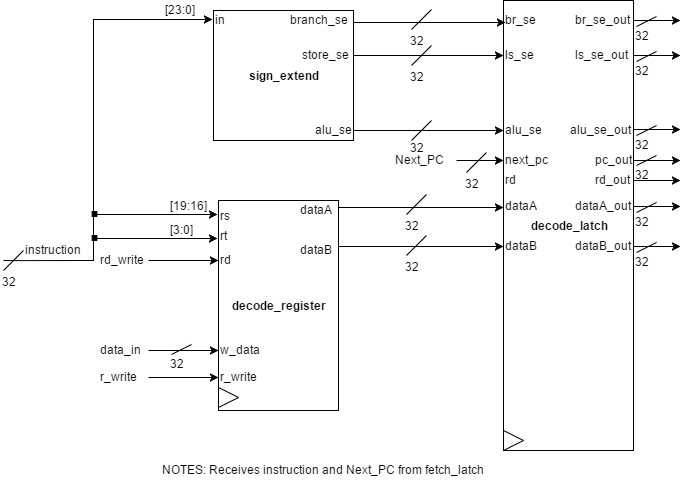
Earlier version of the draw.io export Readings_and_Diagrams/Stages/Decode.png (CaballeroFF/cse510_pipeline). Source tidied: cells renumbered, new cells last; positions are measured from the earlier drawing's top-left corner, leaving out a move shared by most shapes. Its diagram source:
```xml
<mxGraphModel background="#ffffff">
  <root>
    <mxCell id="0" />
    <mxCell id="1" parent="0" />
    <mxCell id="2" value="&lt;b&gt;sign_extend&lt;/b&gt;" style="whiteSpace=wrap;html=1;" parent="1" vertex="1">
      <mxGeometry x="213" y="10" width="140" height="130" as="geometry" />
    </mxCell>
    <mxCell id="3" value="in" style="text;html=1;points=[];align=left;verticalAlign=top;spacingTop=-4;" parent="1" vertex="1">
      <mxGeometry x="213" y="10" width="30" height="20" as="geometry" />
    </mxCell>
    <mxCell id="4" value="branch_se" style="text;html=1;align=left;verticalAlign=top;spacingTop=-4;" parent="1" vertex="1">
      <mxGeometry x="288" y="10" width="70" height="20" as="geometry" />
    </mxCell>
    <mxCell id="5" value="store_se" style="text;html=1;align=left;verticalAlign=top;spacingTop=-4;" parent="1" vertex="1">
      <mxGeometry x="300" y="45" width="60" height="20" as="geometry" />
    </mxCell>
    <mxCell id="6" value="alu_se" style="text;html=1;align=left;verticalAlign=top;spacingTop=-4;" parent="1" vertex="1">
      <mxGeometry x="313" y="120" width="50" height="20" as="geometry" />
    </mxCell>
    <mxCell id="7" value="&lt;b&gt;decode_register&lt;/b&gt;" style="whiteSpace=wrap;html=1;" parent="1" vertex="1">
      <mxGeometry x="218" y="200" width="120" height="210" as="geometry" />
    </mxCell>
    <mxCell id="8" value="rs" style="text;html=1;points=[];align=left;verticalAlign=top;spacingTop=-4;" parent="1" vertex="1">
      <mxGeometry x="218" y="206" width="30" height="20" as="geometry" />
    </mxCell>
    <mxCell id="9" value="rt" style="text;html=1;points=[];align=left;verticalAlign=top;spacingTop=-4;" parent="1" vertex="1">
      <mxGeometry x="218" y="226" width="20" height="20" as="geometry" />
    </mxCell>
    <mxCell id="10" value="rd" style="text;html=1;align=left;verticalAlign=top;spacingTop=-4;" parent="1" vertex="1">
      <mxGeometry x="218" y="250" width="30" height="20" as="geometry" />
    </mxCell>
    <mxCell id="11" value="w_data" style="text;html=1;align=left;verticalAlign=top;spacingTop=-4;" parent="1" vertex="1">
      <mxGeometry x="218" y="340" width="60" height="20" as="geometry" />
    </mxCell>
    <mxCell id="12" value="r_write" style="text;html=1;align=left;verticalAlign=top;spacingTop=-4;" parent="1" vertex="1">
      <mxGeometry x="218" y="367" width="50" height="20" as="geometry" />
    </mxCell>
    <mxCell id="13" value="dataA" style="text;html=1;align=left;verticalAlign=top;spacingTop=-4;" parent="1" vertex="1">
      <mxGeometry x="298" y="200" width="50" height="20" as="geometry" />
    </mxCell>
    <mxCell id="14" value="dataB" style="text;html=1;align=left;verticalAlign=top;spacingTop=-4;" parent="1" vertex="1">
      <mxGeometry x="298" y="240" width="50" height="20" as="geometry" />
    </mxCell>
    <mxCell id="15" value="&lt;b&gt;decode_latch&lt;/b&gt;" style="whiteSpace=wrap;html=1;" parent="1" vertex="1">
      <mxGeometry x="503" width="130" height="450" as="geometry" />
    </mxCell>
    <mxCell id="16" value="br_se" style="text;html=1;points=[];align=left;verticalAlign=top;spacingTop=-4;" parent="1" vertex="1">
      <mxGeometry x="503" y="10" width="50" height="20" as="geometry" />
    </mxCell>
    <mxCell id="17" value="ls_se" style="text;html=1;align=left;verticalAlign=top;spacingTop=-4;" parent="1" vertex="1">
      <mxGeometry x="503" y="45" width="40" height="20" as="geometry" />
    </mxCell>
    <mxCell id="18" value="alu_se" style="text;html=1;align=left;verticalAlign=top;spacingTop=-4;" parent="1" vertex="1">
      <mxGeometry x="503" y="120" width="50" height="20" as="geometry" />
    </mxCell>
    <mxCell id="19" value="next_pc" style="text;html=1;align=left;verticalAlign=top;spacingTop=-4;" parent="1" vertex="1">
      <mxGeometry x="503" y="150" width="60" height="20" as="geometry" />
    </mxCell>
    <mxCell id="20" value="rd" style="text;html=1;align=left;verticalAlign=top;spacingTop=-4;" parent="1" vertex="1">
      <mxGeometry x="503" y="170" width="30" height="20" as="geometry" />
    </mxCell>
    <mxCell id="21" value="dataA" style="text;html=1;align=left;verticalAlign=top;spacingTop=-4;" parent="1" vertex="1">
      <mxGeometry x="503" y="196" width="50" height="20" as="geometry" />
    </mxCell>
    <mxCell id="22" value="dataB" style="text;html=1;align=left;verticalAlign=top;spacingTop=-4;" parent="1" vertex="1">
      <mxGeometry x="503" y="236" width="50" height="20" as="geometry" />
    </mxCell>
    <mxCell id="23" style="group;" parent="1" vertex="1">
      <mxGeometry x="218" y="387" width="20" height="20" as="geometry" />
    </mxCell>
    <mxCell id="24" style="endArrow=none;html=1;endFill=0;" parent="23" edge="1">
      <mxGeometry relative="1" as="geometry">
        <mxPoint as="sourcePoint" />
        <mxPoint x="20" y="10" as="targetPoint" />
      </mxGeometry>
    </mxCell>
    <mxCell id="25" style="endArrow=none;html=1;endFill=0;" parent="23" edge="1">
      <mxGeometry relative="1" as="geometry">
        <mxPoint y="20" as="sourcePoint" />
        <mxPoint x="20" y="10" as="targetPoint" />
      </mxGeometry>
    </mxCell>
    <mxCell id="26" style="group;" parent="1" vertex="1">
      <mxGeometry x="503" y="430" width="20" height="20" as="geometry" />
    </mxCell>
    <mxCell id="27" style="endArrow=none;html=1;endFill=0;" parent="26" edge="1">
      <mxGeometry relative="1" as="geometry">
        <mxPoint as="sourcePoint" />
        <mxPoint x="20" y="10" as="targetPoint" />
      </mxGeometry>
    </mxCell>
    <mxCell id="28" style="endArrow=none;html=1;endFill=0;" parent="26" edge="1">
      <mxGeometry relative="1" as="geometry">
        <mxPoint y="20" as="sourcePoint" />
        <mxPoint x="20" y="10" as="targetPoint" />
      </mxGeometry>
    </mxCell>
    <mxCell id="29" value="br_se_out" style="text;html=1;align=left;verticalAlign=top;spacingTop=-4;" parent="1" vertex="1">
      <mxGeometry x="573" y="10" width="70" height="20" as="geometry" />
    </mxCell>
    <mxCell id="30" value="ls_se_out" style="text;html=1;align=left;verticalAlign=top;spacingTop=-4;" parent="1" vertex="1">
      <mxGeometry x="573" y="45" width="70" height="20" as="geometry" />
    </mxCell>
    <mxCell id="31" value="alu_se_out" style="text;html=1;align=left;verticalAlign=top;spacingTop=-4;" parent="1" vertex="1">
      <mxGeometry x="568" y="120" width="80" height="20" as="geometry" />
    </mxCell>
    <mxCell id="32" value="pc_out" style="text;html=1;align=left;verticalAlign=top;spacingTop=-4;" parent="1" vertex="1">
      <mxGeometry x="593" y="150" width="50" height="20" as="geometry" />
    </mxCell>
    <mxCell id="33" value="rd_out" style="text;html=1;align=left;verticalAlign=top;spacingTop=-4;" parent="1" vertex="1">
      <mxGeometry x="593" y="170" width="50" height="20" as="geometry" />
    </mxCell>
    <mxCell id="34" value="dataA_out" style="text;html=1;align=left;verticalAlign=top;spacingTop=-4;" parent="1" vertex="1">
      <mxGeometry x="573" y="196" width="70" height="20" as="geometry" />
    </mxCell>
    <mxCell id="35" value="dataB_out" style="text;html=1;align=left;verticalAlign=top;spacingTop=-4;" parent="1" vertex="1">
      <mxGeometry x="573" y="236" width="70" height="20" as="geometry" />
    </mxCell>
    <mxCell id="36" style="endArrow=none;html=1;endFill=0;" parent="1" edge="1" source="67">
      <mxGeometry relative="1" as="geometry">
        <mxPoint x="93" y="260" as="targetPoint" />
      </mxGeometry>
    </mxCell>
    <mxCell id="37" value="instruction" style="text;html=1;align=left;verticalAlign=top;spacingTop=-4;" parent="1" vertex="1">
      <mxGeometry x="23" y="240" width="70" height="20" as="geometry" />
    </mxCell>
    <mxCell id="38" value="Next_PC" style="text;html=1;align=left;verticalAlign=top;spacingTop=-4;" parent="1" vertex="1">
      <mxGeometry x="393" y="150" width="60" height="20" as="geometry" />
    </mxCell>
    <mxCell id="39" style="endArrow=classic;html=1;endFill=1;edgeStyle=orthogonalEdgeStyle;entryX=-0.033;entryY=0.45;entryPerimeter=0;rounded=0;" parent="1" edge="1" target="3">
      <mxGeometry relative="1" as="geometry">
        <mxPoint x="93" y="260" as="sourcePoint" />
        <Array as="points">
          <mxPoint x="93" y="260" />
          <mxPoint x="93" y="19" />
        </Array>
      </mxGeometry>
    </mxCell>
    <mxCell id="40" value="[23:0]" style="text;html=1;align=left;verticalAlign=top;spacingTop=-4;" parent="1" vertex="1">
      <mxGeometry x="163" width="50" height="20" as="geometry" />
    </mxCell>
    <mxCell id="41" style="endArrow=classic;html=1;endFill=1;entryX=-0.033;entryY=0.4;entryPerimeter=0;rounded=0;edgeStyle=orthogonalEdgeStyle;" parent="1" edge="1" target="8">
      <mxGeometry relative="1" as="geometry">
        <mxPoint x="93" y="250" as="sourcePoint" />
        <Array as="points">
          <mxPoint x="93" y="260" />
          <mxPoint x="93" y="214" />
        </Array>
      </mxGeometry>
    </mxCell>
    <mxCell id="42" style="endArrow=classic;startArrow=none;html=1;endFill=1;entryX=-0.05;entryY=0.6;entryPerimeter=0;startFill=0;edgeStyle=orthogonalEdgeStyle;rounded=0;" parent="1" edge="1" target="9">
      <mxGeometry relative="1" as="geometry">
        <mxPoint x="123" y="238" as="sourcePoint" />
        <Array as="points">
          <mxPoint x="93" y="238" />
          <mxPoint x="93" y="238" />
        </Array>
      </mxGeometry>
    </mxCell>
    <mxCell id="43" value="[19:16]" style="text;html=1;align=left;verticalAlign=top;spacingTop=-4;" parent="1" vertex="1">
      <mxGeometry x="168" y="196" width="50" height="20" as="geometry" />
    </mxCell>
    <mxCell id="44" value="[3:0]" style="text;html=1;align=left;verticalAlign=top;spacingTop=-4;" parent="1" vertex="1">
      <mxGeometry x="168" y="220" width="40" height="20" as="geometry" />
    </mxCell>
    <mxCell id="45" style="endArrow=classic;html=1;entryX=-0.083;entryY=0.5;entryPerimeter=0;" parent="1" edge="1">
      <mxGeometry relative="1" as="geometry">
        <mxPoint x="148" y="260" as="sourcePoint" />
        <mxPoint x="218" y="260" as="targetPoint" />
      </mxGeometry>
    </mxCell>
    <mxCell id="46" value="rd_write" style="text;html=1;align=left;verticalAlign=top;spacingTop=-4;" parent="1" vertex="1">
      <mxGeometry x="98" y="250" width="60" height="20" as="geometry" />
    </mxCell>
    <mxCell id="47" style="endArrow=classic;html=1;entryX=-0.083;entryY=0.5;entryPerimeter=0;" parent="1" edge="1">
      <mxGeometry relative="1" as="geometry">
        <mxPoint x="148" y="377" as="sourcePoint" />
        <mxPoint x="218" y="377" as="targetPoint" />
      </mxGeometry>
    </mxCell>
    <mxCell id="48" value="r_write" style="text;html=1;align=left;verticalAlign=top;spacingTop=-4;" parent="1" vertex="1">
      <mxGeometry x="98" y="367" width="50" height="20" as="geometry" />
    </mxCell>
    <mxCell id="49" style="endArrow=classic;html=1;entryX=-0.083;entryY=0.5;entryPerimeter=0;" parent="1" edge="1">
      <mxGeometry relative="1" as="geometry">
        <mxPoint x="148" y="350" as="sourcePoint" />
        <mxPoint x="218" y="350" as="targetPoint" />
      </mxGeometry>
    </mxCell>
    <mxCell id="50" value="data_in" style="text;html=1;align=left;verticalAlign=top;spacingTop=-4;" parent="1" vertex="1">
      <mxGeometry x="98" y="340" width="60" height="20" as="geometry" />
    </mxCell>
    <mxCell id="51" style="endArrow=classic;html=1;entryX=0.04;entryY=0.6;entryPerimeter=0;" parent="1" edge="1" target="16">
      <mxGeometry relative="1" as="geometry">
        <mxPoint x="353" y="22" as="sourcePoint" />
      </mxGeometry>
    </mxCell>
    <mxCell id="52" style="endArrow=classic;html=1;" parent="1" edge="1">
      <mxGeometry relative="1" as="geometry">
        <mxPoint x="353" y="55" as="sourcePoint" />
        <mxPoint x="503" y="55" as="targetPoint" />
      </mxGeometry>
    </mxCell>
    <mxCell id="53" style="endArrow=classic;html=1;" parent="1" edge="1">
      <mxGeometry relative="1" as="geometry">
        <mxPoint x="353" y="130" as="sourcePoint" />
        <mxPoint x="503" y="130" as="targetPoint" />
      </mxGeometry>
    </mxCell>
    <mxCell id="54" style="endArrow=classic;html=1;" parent="1" edge="1">
      <mxGeometry relative="1" as="geometry">
        <mxPoint x="456" y="160" as="sourcePoint" />
        <mxPoint x="503" y="160" as="targetPoint" />
      </mxGeometry>
    </mxCell>
    <mxCell id="55" style="endArrow=classic;html=1;" parent="1" edge="1">
      <mxGeometry relative="1" as="geometry">
        <mxPoint x="338" y="207" as="sourcePoint" />
        <mxPoint x="503" y="207" as="targetPoint" />
      </mxGeometry>
    </mxCell>
    <mxCell id="56" style="endArrow=classic;html=1;" parent="1" edge="1">
      <mxGeometry relative="1" as="geometry">
        <mxPoint x="338" y="246" as="sourcePoint" />
        <mxPoint x="503" y="246" as="targetPoint" />
      </mxGeometry>
    </mxCell>
    <mxCell id="57" value="NOTES: Receives instruction and Next_PC from fetch_latch" style="text;html=1;align=left;verticalAlign=top;spacingTop=-4;" parent="1" vertex="1">
      <mxGeometry x="160" y="460" width="340" height="20" as="geometry" />
    </mxCell>
    <mxCell id="58" style="endArrow=classic;html=1;" parent="1" edge="1">
      <mxGeometry relative="1" as="geometry">
        <mxPoint x="633" y="20" as="sourcePoint" />
        <mxPoint x="680" y="20" as="targetPoint" />
      </mxGeometry>
    </mxCell>
    <mxCell id="59" style="endArrow=classic;html=1;" parent="1" edge="1">
      <mxGeometry relative="1" as="geometry">
        <mxPoint x="633" y="55" as="sourcePoint" />
        <mxPoint x="680" y="55" as="targetPoint" />
      </mxGeometry>
    </mxCell>
    <mxCell id="60" style="endArrow=classic;html=1;" parent="1" edge="1">
      <mxGeometry relative="1" as="geometry">
        <mxPoint x="633" y="129" as="sourcePoint" />
        <mxPoint x="680" y="129" as="targetPoint" />
      </mxGeometry>
    </mxCell>
    <mxCell id="61" style="endArrow=classic;html=1;" parent="1" edge="1">
      <mxGeometry relative="1" as="geometry">
        <mxPoint x="633" y="160" as="sourcePoint" />
        <mxPoint x="680" y="160" as="targetPoint" />
      </mxGeometry>
    </mxCell>
    <mxCell id="62" style="endArrow=classic;html=1;" parent="1" edge="1">
      <mxGeometry relative="1" as="geometry">
        <mxPoint x="633" y="180" as="sourcePoint" />
        <mxPoint x="680" y="180" as="targetPoint" />
      </mxGeometry>
    </mxCell>
    <mxCell id="63" style="endArrow=classic;html=1;" parent="1" edge="1">
      <mxGeometry relative="1" as="geometry">
        <mxPoint x="633" y="206" as="sourcePoint" />
        <mxPoint x="680" y="206" as="targetPoint" />
      </mxGeometry>
    </mxCell>
    <mxCell id="64" style="endArrow=classic;html=1;" parent="1" edge="1">
      <mxGeometry relative="1" as="geometry">
        <mxPoint x="633" y="246" as="sourcePoint" />
        <mxPoint x="680" y="246" as="targetPoint" />
      </mxGeometry>
    </mxCell>
    <mxCell id="65" value="&lt;font style=&quot;font-size: 60px&quot;&gt;.&lt;/font&gt;" style="text;html=1;align=left;verticalAlign=top;spacingTop=-4;" parent="1" vertex="1">
      <mxGeometry x="84" y="158" width="30" height="30" as="geometry" />
    </mxCell>
    <mxCell id="66" value="&lt;font style=&quot;font-size: 60px&quot;&gt;.&lt;/font&gt;" style="text;html=1;align=left;verticalAlign=top;spacingTop=-4;" parent="1" vertex="1">
      <mxGeometry x="84" y="182" width="30" height="30" as="geometry" />
    </mxCell>
    <mxCell id="67" style="endArrow=none;html=1;endFill=0;" parent="1" edge="1">
      <mxGeometry relative="1" as="geometry">
        <mxPoint x="3" y="270" as="sourcePoint" />
        <mxPoint x="23" y="250" as="targetPoint" />
      </mxGeometry>
    </mxCell>
    <mxCell id="68" style="endArrow=none;html=1;endFill=0;" parent="1" edge="1" target="67">
      <mxGeometry relative="1" as="geometry">
        <mxPoint x="3" y="260" as="sourcePoint" />
      </mxGeometry>
    </mxCell>
    <mxCell id="69" value="32" style="text;html=1;align=left;verticalAlign=top;spacingTop=-4;" parent="1" vertex="1">
      <mxGeometry y="272" width="30" height="20" as="geometry" />
    </mxCell>
    <mxCell id="70" style="endArrow=none;html=1;endFill=0;" parent="1" edge="1">
      <mxGeometry relative="1" as="geometry">
        <mxPoint x="406" y="255" as="sourcePoint" />
        <mxPoint x="426" y="235" as="targetPoint" />
      </mxGeometry>
    </mxCell>
    <mxCell id="71" value="32" style="text;html=1;align=left;verticalAlign=top;spacingTop=-4;" parent="1" vertex="1">
      <mxGeometry x="403" y="257" width="30" height="20" as="geometry" />
    </mxCell>
    <mxCell id="72" style="endArrow=none;html=1;endFill=0;" parent="1" edge="1">
      <mxGeometry relative="1" as="geometry">
        <mxPoint x="406" y="214" as="sourcePoint" />
        <mxPoint x="426" y="194" as="targetPoint" />
      </mxGeometry>
    </mxCell>
    <mxCell id="73" value="32" style="text;html=1;align=left;verticalAlign=top;spacingTop=-4;" parent="1" vertex="1">
      <mxGeometry x="403" y="216" width="30" height="20" as="geometry" />
    </mxCell>
    <mxCell id="74" style="endArrow=none;html=1;endFill=0;" parent="1" edge="1">
      <mxGeometry relative="1" as="geometry">
        <mxPoint x="411" y="29" as="sourcePoint" />
        <mxPoint x="431" y="9" as="targetPoint" />
      </mxGeometry>
    </mxCell>
    <mxCell id="75" value="32" style="text;html=1;align=left;verticalAlign=top;spacingTop=-4;" parent="1" vertex="1">
      <mxGeometry x="408" y="31" width="30" height="20" as="geometry" />
    </mxCell>
    <mxCell id="76" style="endArrow=none;html=1;endFill=0;" parent="1" edge="1">
      <mxGeometry relative="1" as="geometry">
        <mxPoint x="411" y="65" as="sourcePoint" />
        <mxPoint x="431" y="45" as="targetPoint" />
      </mxGeometry>
    </mxCell>
    <mxCell id="77" value="32" style="text;html=1;align=left;verticalAlign=top;spacingTop=-4;" parent="1" vertex="1">
      <mxGeometry x="408" y="67" width="30" height="20" as="geometry" />
    </mxCell>
    <mxCell id="78" style="endArrow=none;html=1;endFill=0;" parent="1" edge="1">
      <mxGeometry relative="1" as="geometry">
        <mxPoint x="411" y="140" as="sourcePoint" />
        <mxPoint x="431" y="120" as="targetPoint" />
      </mxGeometry>
    </mxCell>
    <mxCell id="79" value="32" style="text;html=1;align=left;verticalAlign=top;spacingTop=-4;" parent="1" vertex="1">
      <mxGeometry x="408" y="138" width="30" height="20" as="geometry" />
    </mxCell>
    <mxCell id="80" style="endArrow=none;html=1;endFill=0;" parent="1" edge="1">
      <mxGeometry relative="1" as="geometry">
        <mxPoint x="466" y="172" as="sourcePoint" />
        <mxPoint x="486" y="152" as="targetPoint" />
      </mxGeometry>
    </mxCell>
    <mxCell id="81" value="32" style="text;html=1;align=left;verticalAlign=top;spacingTop=-4;" parent="1" vertex="1">
      <mxGeometry x="463" y="174" width="30" height="20" as="geometry" />
    </mxCell>
    <mxCell id="82" style="endArrow=none;html=1;endFill=0;" parent="1" edge="1">
      <mxGeometry relative="1" as="geometry">
        <mxPoint x="636" y="26" as="sourcePoint" />
        <mxPoint x="656" y="16" as="targetPoint" />
      </mxGeometry>
    </mxCell>
    <mxCell id="83" value="32" style="text;html=1;align=left;verticalAlign=top;spacingTop=-4;" parent="1" vertex="1">
      <mxGeometry x="633" y="26" width="30" height="20" as="geometry" />
    </mxCell>
    <mxCell id="84" style="endArrow=none;html=1;endFill=0;" parent="1" edge="1">
      <mxGeometry relative="1" as="geometry">
        <mxPoint x="636" y="61" as="sourcePoint" />
        <mxPoint x="656" y="51" as="targetPoint" />
      </mxGeometry>
    </mxCell>
    <mxCell id="85" value="32" style="text;html=1;align=left;verticalAlign=top;spacingTop=-4;" parent="1" vertex="1">
      <mxGeometry x="633" y="61" width="30" height="20" as="geometry" />
    </mxCell>
    <mxCell id="86" style="endArrow=none;html=1;endFill=0;" parent="1" edge="1">
      <mxGeometry relative="1" as="geometry">
        <mxPoint x="636" y="135" as="sourcePoint" />
        <mxPoint x="656" y="125" as="targetPoint" />
      </mxGeometry>
    </mxCell>
    <mxCell id="87" value="32" style="text;html=1;align=left;verticalAlign=top;spacingTop=-4;" parent="1" vertex="1">
      <mxGeometry x="633" y="135" width="30" height="20" as="geometry" />
    </mxCell>
    <mxCell id="88" style="endArrow=none;html=1;endFill=0;" parent="1" edge="1">
      <mxGeometry relative="1" as="geometry">
        <mxPoint x="636" y="165" as="sourcePoint" />
        <mxPoint x="656" y="155" as="targetPoint" />
      </mxGeometry>
    </mxCell>
    <mxCell id="89" value="32" style="text;html=1;align=left;verticalAlign=top;spacingTop=-4;" parent="1" vertex="1">
      <mxGeometry x="633" y="165" width="30" height="20" as="geometry" />
    </mxCell>
    <mxCell id="90" style="endArrow=none;html=1;endFill=0;" parent="1" edge="1">
      <mxGeometry relative="1" as="geometry">
        <mxPoint x="636" y="212" as="sourcePoint" />
        <mxPoint x="656" y="202" as="targetPoint" />
      </mxGeometry>
    </mxCell>
    <mxCell id="91" value="32" style="text;html=1;align=left;verticalAlign=top;spacingTop=-4;" parent="1" vertex="1">
      <mxGeometry x="633" y="212" width="30" height="20" as="geometry" />
    </mxCell>
    <mxCell id="92" style="endArrow=none;html=1;endFill=0;" parent="1" edge="1">
      <mxGeometry relative="1" as="geometry">
        <mxPoint x="636" y="252" as="sourcePoint" />
        <mxPoint x="656" y="242" as="targetPoint" />
      </mxGeometry>
    </mxCell>
    <mxCell id="93" value="32" style="text;html=1;align=left;verticalAlign=top;spacingTop=-4;" parent="1" vertex="1">
      <mxGeometry x="633" y="252" width="30" height="20" as="geometry" />
    </mxCell>
    <mxCell id="94" style="endArrow=none;html=1;endFill=0;" parent="1" edge="1">
      <mxGeometry relative="1" as="geometry">
        <mxPoint x="171" y="354" as="sourcePoint" />
        <mxPoint x="191" y="344" as="targetPoint" />
      </mxGeometry>
    </mxCell>
    <mxCell id="95" value="32" style="text;html=1;align=left;verticalAlign=top;spacingTop=-4;" parent="1" vertex="1">
      <mxGeometry x="168" y="354" width="30" height="20" as="geometry" />
    </mxCell>
  </root>
</mxGraphModel>
```
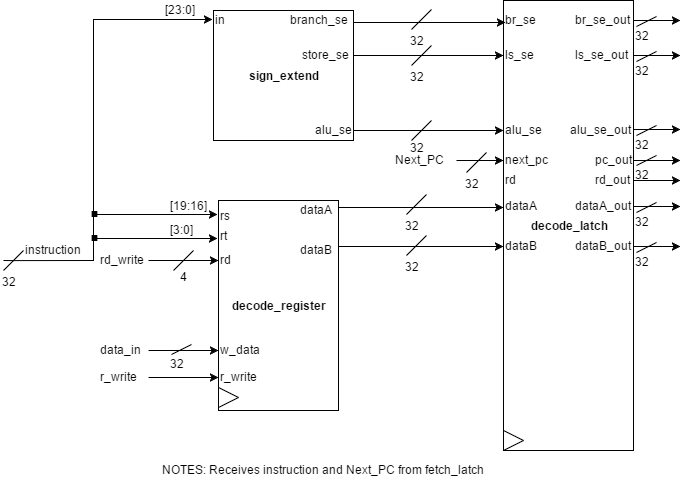
The same file after the commit.

The edit, as a diff of the source:
```diff
@@ -1,4 +1,4 @@
-<mxGraphModel background="#ffffff">
+<mxGraphModel>
   <root>
     <mxCell id="0" />
     <mxCell id="1" parent="0" />
@@ -407,5 +407,14 @@
     <mxCell id="95" value="32" style="text;html=1;align=left;verticalAlign=top;spacingTop=-4;" parent="1" vertex="1">
       <mxGeometry x="168" y="354" width="30" height="20" as="geometry" />
     </mxCell>
+    <mxCell id="96" style="endArrow=none;html=1;endFill=0;" parent="1" edge="1">
+      <mxGeometry relative="1" as="geometry">
+        <mxPoint x="173" y="270" as="sourcePoint" />
+        <mxPoint x="193" y="250" as="targetPoint" />
+      </mxGeometry>
+    </mxCell>
+    <mxCell id="97" value="4" style="text;html=1;align=left;verticalAlign=top;spacingTop=-4;" parent="1" vertex="1">
+      <mxGeometry x="178" y="267" width="20" height="20" as="geometry" />
+    </mxCell>
   </root>
 </mxGraphModel>
```
